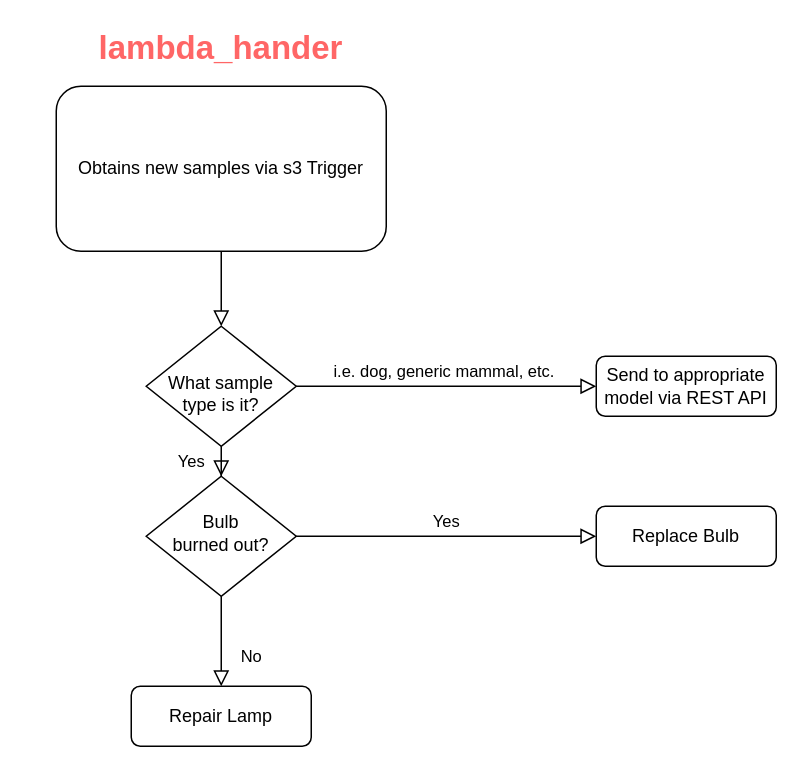
Earlier version of the draw.io diagram Untitled Diagram.drawio (chibitessii/chibitessii). Source tidied: cells renumbered, new cells numbered last; positions are measured from the earlier drawing's top-left corner, leaving out a move shared by most shapes. Both pictures are drawn from the tidied source at 150%, with x=0, y=0 at pixel (56, 26).
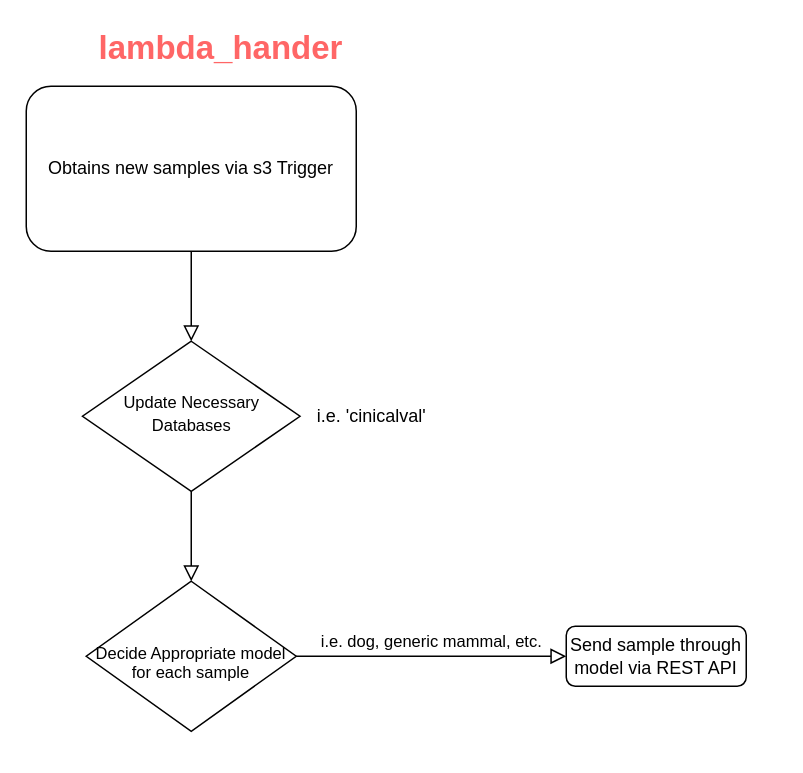
After the change.

The edit, as a diff of the source:
```diff
@@
 <mxGraphModel>
   <root>
     <mxCell id="0" />
     <mxCell id="1" parent="0" />
     <mxCell id="2" style="rounded=0;html=1;jettySize=auto;fontSize=11;endArrow=block;endFill=0;endSize=8;strokeWidth=1;shadow=0;labelBackgroundColor=none;edgeStyle=orthogonalEdgeStyle;" parent="1" edge="1" source="3" target="6">
       <mxGeometry relative="1" as="geometry" />
     </mxCell>
     <mxCell id="3" value="Obtains new samples via s3 Trigger" style="rounded=1;whiteSpace=wrap;html=1;fontSize=12;glass=0;strokeWidth=1;shadow=0;" parent="1" vertex="1">
-      <mxGeometry y="40" width="220" height="110" as="geometry" />
+      <mxGeometry x="-20" y="40" width="220" height="110" as="geometry" />
     </mxCell>
-    <mxCell id="4" value="Yes" style="rounded=0;html=1;jettySize=auto;fontSize=11;endArrow=block;endFill=0;endSize=8;strokeWidth=1;shadow=0;labelBackgroundColor=none;edgeStyle=orthogonalEdgeStyle;" parent="1" edge="1" source="6" target="10">
-      <mxGeometry y="20" relative="1" as="geometry" />
+    <mxCell id="4" style="rounded=0;html=1;jettySize=auto;fontSize=11;endArrow=block;endFill=0;endSize=8;strokeWidth=1;shadow=0;labelBackgroundColor=none;edgeStyle=orthogonalEdgeStyle;" parent="1" edge="1" source="6" target="10">
+      <mxGeometry x="0.67" y="-20" relative="1" as="geometry" />
     </mxCell>
-    <mxCell id="5" value="i.e. dog, generic mammal, etc.&amp;nbsp;" style="edgeStyle=orthogonalEdgeStyle;rounded=0;html=1;jettySize=auto;fontSize=11;endArrow=block;endFill=0;endSize=8;strokeWidth=1;shadow=0;labelBackgroundColor=none;" parent="1" edge="1" source="6" target="7">
-      <mxGeometry y="10" relative="1" as="geometry" />
-    </mxCell>
-    <mxCell id="6" value="&lt;br&gt;What sample type is it?" style="rhombus;whiteSpace=wrap;html=1;shadow=0;fontFamily=Helvetica;fontSize=12;align=center;strokeWidth=1;spacing=6;spacingTop=-4;" parent="1" vertex="1">
-      <mxGeometry x="60" y="200" width="100" height="80" as="geometry" />
+    <mxCell id="6" value="&lt;font style=&quot;font-size: 11px;&quot;&gt;Update Necessary Databases&lt;/font&gt;" style="rhombus;whiteSpace=wrap;html=1;shadow=0;fontFamily=Helvetica;fontSize=12;align=center;strokeWidth=1;spacing=6;spacingTop=-4;" parent="1" vertex="1">
+      <mxGeometry x="17.5" y="210" width="145" height="100" as="geometry" />
     </mxCell>
-    <mxCell id="7" value="Send to appropriate model via REST API" style="rounded=1;whiteSpace=wrap;html=1;fontSize=12;glass=0;strokeWidth=1;shadow=0;" parent="1" vertex="1">
-      <mxGeometry x="360" y="220" width="120" height="40" as="geometry" />
-    </mxCell>
-    <mxCell id="8" value="No" style="rounded=0;html=1;jettySize=auto;fontSize=11;endArrow=block;endFill=0;endSize=8;strokeWidth=1;shadow=0;labelBackgroundColor=none;edgeStyle=orthogonalEdgeStyle;" parent="1" edge="1" source="10" target="11">
-      <mxGeometry x="0.33" y="20" relative="1" as="geometry" />
-    </mxCell>
-    <mxCell id="9" value="Yes" style="edgeStyle=orthogonalEdgeStyle;rounded=0;html=1;jettySize=auto;fontSize=11;endArrow=block;endFill=0;endSize=8;strokeWidth=1;shadow=0;labelBackgroundColor=none;" parent="1" edge="1" source="10" target="12">
+    <mxCell id="9" value="i.e. dog, generic mammal, etc." style="edgeStyle=orthogonalEdgeStyle;rounded=0;html=1;jettySize=auto;fontSize=11;endArrow=block;endFill=0;endSize=8;strokeWidth=1;shadow=0;labelBackgroundColor=none;" parent="1" edge="1" source="10" target="12">
       <mxGeometry y="10" relative="1" as="geometry" />
     </mxCell>
-    <mxCell id="10" value="Bulb&lt;br&gt;burned out?" style="rhombus;whiteSpace=wrap;html=1;shadow=0;fontFamily=Helvetica;fontSize=12;align=center;strokeWidth=1;spacing=6;spacingTop=-4;" parent="1" vertex="1">
-      <mxGeometry x="60" y="300" width="100" height="80" as="geometry" />
+    <mxCell id="10" value="&lt;br&gt;&lt;font style=&quot;font-size: 11px;&quot;&gt;Decide Appropriate model for each sample&lt;/font&gt;" style="rhombus;whiteSpace=wrap;html=1;shadow=0;fontFamily=Helvetica;fontSize=11;align=center;strokeWidth=1;spacing=6;spacingTop=-4;" parent="1" vertex="1">
+      <mxGeometry x="20" y="370" width="140" height="100" as="geometry" />
     </mxCell>
-    <mxCell id="11" value="Repair Lamp" style="rounded=1;whiteSpace=wrap;html=1;fontSize=12;glass=0;strokeWidth=1;shadow=0;" parent="1" vertex="1">
-      <mxGeometry x="50" y="440" width="120" height="40" as="geometry" />
-    </mxCell>
-    <mxCell id="12" value="Replace Bulb" style="rounded=1;whiteSpace=wrap;html=1;fontSize=12;glass=0;strokeWidth=1;shadow=0;" parent="1" vertex="1">
-      <mxGeometry x="360" y="320" width="120" height="40" as="geometry" />
+    <mxCell id="12" value="Send sample through model via REST API" style="rounded=1;whiteSpace=wrap;html=1;fontSize=12;glass=0;strokeWidth=1;shadow=0;" parent="1" vertex="1">
+      <mxGeometry x="340" y="400" width="120" height="40" as="geometry" />
     </mxCell>
     <mxCell id="13" value="&lt;font color=&quot;#ff6666&quot; style=&quot;font-size: 22px;&quot;&gt;&lt;b&gt;lambda_hander&lt;/b&gt;&lt;/font&gt;" style="text;html=1;strokeColor=none;fillColor=none;align=center;verticalAlign=middle;whiteSpace=wrap;rounded=0;" parent="1" vertex="1">
       <mxGeometry x="80" width="60" height="30" as="geometry" />
     </mxCell>
+    <mxCell id="14" value="i.e. 'cinicalval'" style="text;html=1;align=center;verticalAlign=middle;strokeColor=none;fillColor=none;" parent="1" vertex="1">
+      <mxGeometry x="160" y="245" width="100" height="30" as="geometry" />
+    </mxCell>
   </root>
 </mxGraphModel>
```
